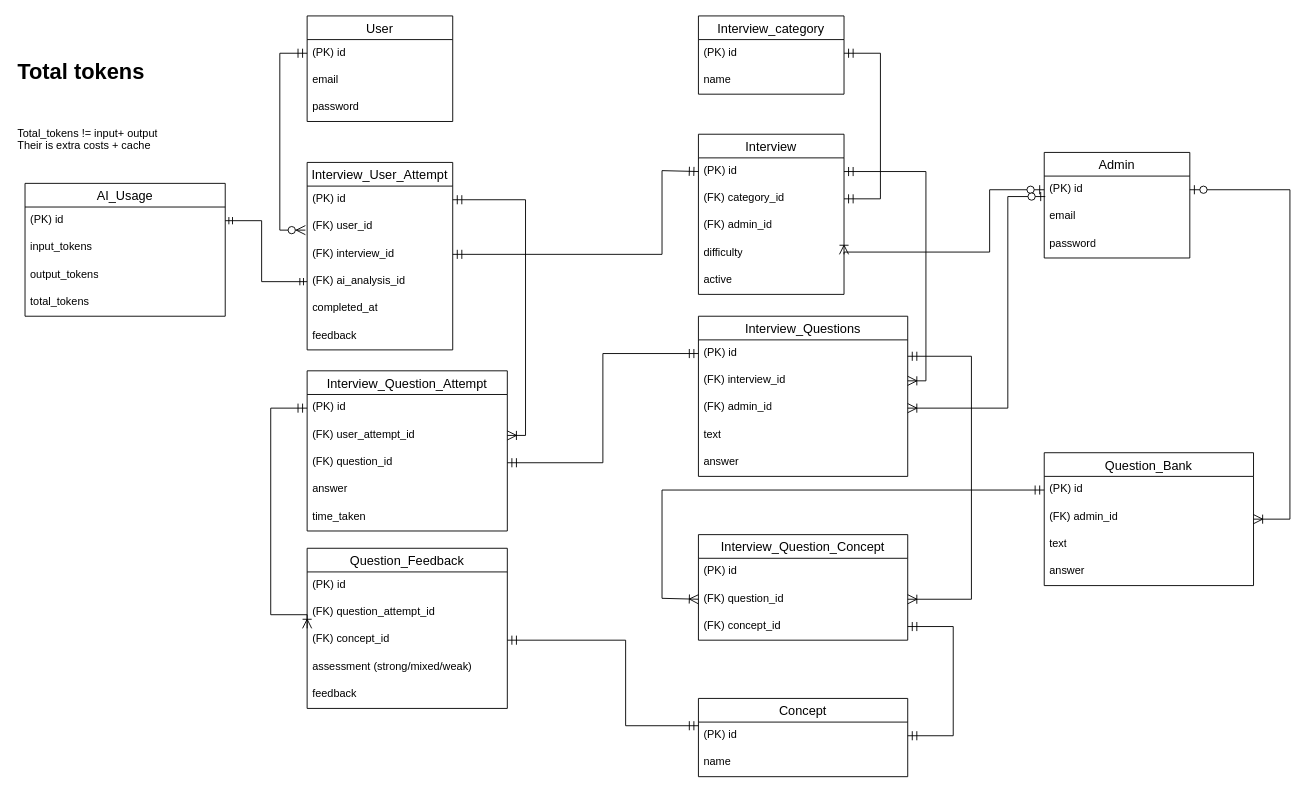
V-DP-DEV/Capstone keeps this draw.io diagram as diagrams/group_erd.drawio. Above is the earlier version. Source tidied: cells renumbered, new cells numbered last; positions are measured from the earlier drawing's top-left corner, leaving out a move shared by most shapes. Both pictures are drawn from the tidied source at 91%, with x=0, y=0 at pixel (15, 15).
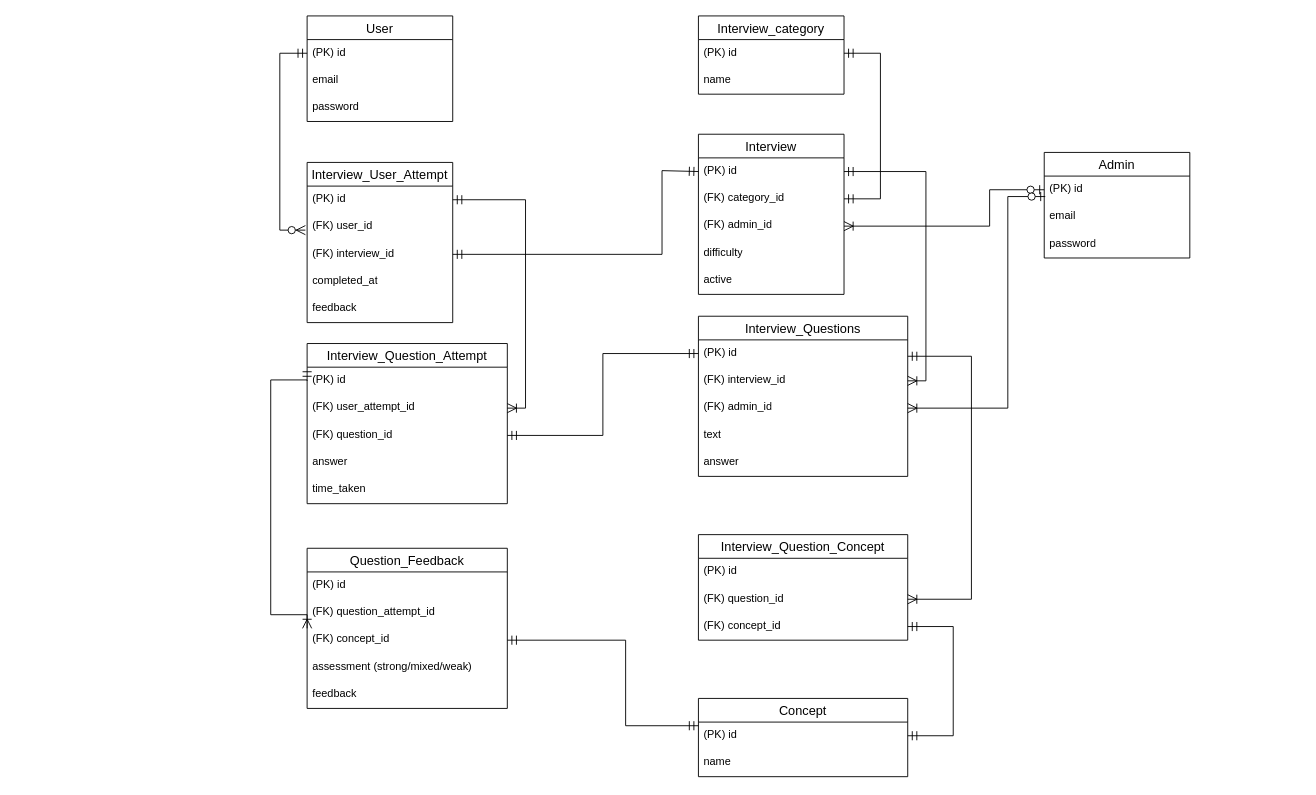
Above is the later version.

Commit message:
Removed ai usage and removed question bank

AI token usage removed, as it can be seen on dashboard. Additionally, its not the sole role of the admin/user 2, ie their responsibility is to manage interviews.

The change refers to these unchanged cells:
```xml
<mxCell id="2" value="Interview" style="swimlane;fontStyle=0;horizontal=1;startSize=26;align=center;fontSize=14;" parent="1" vertex="1">
  <mxGeometry x="750" y="130" width="160" height="176" as="geometry" />
</mxCell>
<mxCell id="5" value="(FK) admin_id" style="text;strokeColor=none;fillColor=none;spacingLeft=4;spacingRight=4;overflow=hidden;points=[[0,0.5],[1,0.5]];portConstraint=eastwest;fontSize=12;whiteSpace=wrap;html=1;" parent="2" vertex="1">
  <mxGeometry y="86" width="160" height="30" as="geometry" />
</mxCell>
<mxCell id="22" value="(FK) question_id" style="text;strokeColor=none;fillColor=none;spacingLeft=4;spacingRight=4;overflow=hidden;points=[[0,0.5],[1,0.5]];portConstraint=eastwest;fontSize=12;whiteSpace=wrap;html=1;" parent="20" vertex="1">
  <mxGeometry y="56" width="230" height="30" as="geometry" />
</mxCell>
<mxCell id="25" value="(PK) id" style="text;strokeColor=none;fillColor=none;spacingLeft=4;spacingRight=4;overflow=hidden;points=[[0,0.5],[1,0.5]];portConstraint=eastwest;fontSize=12;whiteSpace=wrap;html=1;" parent="24" vertex="1">
  <mxGeometry y="26" width="160" height="30" as="geometry" />
</mxCell>
<mxCell id="32" value="(PK) id" style="text;strokeColor=none;fillColor=none;spacingLeft=4;spacingRight=4;overflow=hidden;points=[[0,0.5],[1,0.5]];portConstraint=eastwest;fontSize=12;whiteSpace=wrap;html=1;" parent="31" vertex="1">
  <mxGeometry y="26" width="220" height="30" as="geometry" />
</mxCell>
<mxCell id="33" value="(FK) user_attempt_id" style="text;strokeColor=none;fillColor=none;spacingLeft=4;spacingRight=4;overflow=hidden;points=[[0,0.5],[1,0.5]];portConstraint=eastwest;fontSize=12;whiteSpace=wrap;html=1;" parent="31" vertex="1">
  <mxGeometry y="56" width="220" height="30" as="geometry" />
</mxCell>
<mxCell id="37" value="Question_Feedback" style="swimlane;fontStyle=0;horizontal=1;startSize=26;align=center;fontSize=14;" parent="1" vertex="1">
  <mxGeometry x="320" y="585" width="220" height="176" as="geometry" />
</mxCell>
<mxCell id="48" value="(PK) id" style="text;strokeColor=none;fillColor=none;spacingLeft=4;spacingRight=4;overflow=hidden;points=[[0,0.5],[1,0.5]];portConstraint=eastwest;fontSize=12;whiteSpace=wrap;html=1;" parent="47" vertex="1">
  <mxGeometry y="26" width="160" height="30" as="geometry" />
</mxCell>
```

Change to the diagram source:
```diff
@@
     <mxCell id="24" value="Interview_User_Attempt" style="swimlane;fontStyle=0;horizontal=1;startSize=26;align=center;fontSize=14;" parent="1" vertex="1">
-      <mxGeometry x="320" y="161" width="160" height="206" as="geometry" />
+      <mxGeometry x="320" y="161" width="160" height="176" as="geometry" />
     </mxCell>
@@
-    <mxCell id="28" value="(FK) ai_analysis_id" style="text;strokeColor=none;fillColor=none;spacingLeft=4;spacingRight=4;overflow=hidden;points=[[0,0.5],[1,0.5]];portConstraint=eastwest;fontSize=12;whiteSpace=wrap;html=1;" parent="24" vertex="1">
-      <mxGeometry y="116" width="160" height="30" as="geometry" />
-    </mxCell>
     <mxCell id="29" value="completed_at" style="text;strokeColor=none;fillColor=none;spacingLeft=4;spacingRight=4;overflow=hidden;fontSize=12;whiteSpace=wrap;html=1;" parent="24" vertex="1">
-      <mxGeometry y="146" width="160" height="30" as="geometry" />
+      <mxGeometry y="116" width="160" height="30" as="geometry" />
     </mxCell>
     <mxCell id="30" value="feedback" style="text;strokeColor=none;fillColor=none;spacingLeft=4;spacingRight=4;overflow=hidden;fontSize=12;whiteSpace=wrap;html=1;" parent="24" vertex="1">
-      <mxGeometry y="176" width="160" height="30" as="geometry" />
+      <mxGeometry y="146" width="160" height="30" as="geometry" />
     </mxCell>
     <mxCell id="31" value="Interview_Question_Attempt" style="swimlane;fontStyle=0;horizontal=1;startSize=26;align=center;fontSize=14;" parent="1" vertex="1">
-      <mxGeometry x="320" y="390" width="220" height="176" as="geometry" />
+      <mxGeometry x="320" y="360" width="220" height="176" as="geometry" />
     </mxCell>
@@
     <mxCell id="54" style="edgeStyle=orthogonalEdgeStyle;fontSize=12;html=1;endArrow=ERoneToMany;startArrow=ERmandOne;rounded=0;startSize=8;endSize=8;exitX=1;exitY=0.5;exitDx=0;exitDy=0;entryX=1;entryY=0.5;entryDx=0;entryDy=0;" parent="1" edge="1" source="25" target="33">
       <mxGeometry relative="1" as="geometry">
         <Array as="points">
           <mxPoint x="560" y="202" />
-          <mxPoint x="560" y="461" />
+          <mxPoint x="560" y="431" />
         </Array>
       </mxGeometry>
     </mxCell>
@@
     <mxCell id="57" style="edgeStyle=orthogonalEdgeStyle;fontSize=12;html=1;endArrow=ERoneToMany;startArrow=ERmandOne;rounded=0;startSize=8;endSize=8;exitX=0;exitY=0.5;exitDx=0;exitDy=0;entryX=0;entryY=0.5;entryDx=0;entryDy=0;" parent="1" edge="1" source="32" target="37">
       <mxGeometry relative="1" as="geometry">
         <Array as="points">
-          <mxPoint x="280" y="431" />
+          <mxPoint x="280" y="400" />
           <mxPoint x="280" y="658" />
+          <mxPoint x="320" y="658" />
         </Array>
       </mxGeometry>
     </mxCell>
@@
-    <mxCell id="60" value="Question_Bank" style="swimlane;fontStyle=0;horizontal=1;startSize=26;align=center;fontSize=14;" parent="1" vertex="1">
-      <mxGeometry x="1130" y="480" width="230" height="146" as="geometry" />
-    </mxCell>
-    <mxCell id="61" value="(PK) id" style="text;strokeColor=none;fillColor=none;spacingLeft=4;spacingRight=4;overflow=hidden;points=[[0,0.5],[1,0.5]];portConstraint=eastwest;fontSize=12;whiteSpace=wrap;html=1;" parent="60" vertex="1">
-      <mxGeometry y="26" width="230" height="30" as="geometry" />
-    </mxCell>
-    <mxCell id="62" value="(FK) admin_id" style="text;strokeColor=none;fillColor=none;spacingLeft=4;spacingRight=4;overflow=hidden;fontSize=12;whiteSpace=wrap;html=1;" parent="60" vertex="1">
-      <mxGeometry y="56" width="230" height="30" as="geometry" />
-    </mxCell>
-    <mxCell id="63" value="text" style="text;strokeColor=none;fillColor=none;spacingLeft=4;spacingRight=4;overflow=hidden;fontSize=12;whiteSpace=wrap;html=1;" parent="60" vertex="1">
-      <mxGeometry y="86" width="230" height="30" as="geometry" />
-    </mxCell>
-    <mxCell id="64" value="answer" style="text;strokeColor=none;fillColor=none;spacingLeft=4;spacingRight=4;overflow=hidden;fontSize=12;whiteSpace=wrap;html=1;" parent="60" vertex="1">
-      <mxGeometry y="116" width="230" height="30" as="geometry" />
-    </mxCell>
-    <mxCell id="65" style="edgeStyle=orthogonalEdgeStyle;fontSize=12;html=1;endArrow=ERoneToMany;startArrow=ERmandOne;rounded=0;startSize=8;endSize=8;exitX=0;exitY=0.5;exitDx=0;exitDy=0;entryX=0;entryY=0.5;entryDx=0;entryDy=0;" parent="1" edge="1" source="61" target="22">
-      <mxGeometry relative="1" as="geometry">
-        <Array as="points">
-          <mxPoint x="710" y="521" />
-          <mxPoint x="710" y="640" />
-        </Array>
-      </mxGeometry>
-    </mxCell>
-    <mxCell id="66" style="edgeStyle=orthogonalEdgeStyle;fontSize=12;html=1;endArrow=ERoneToMany;startArrow=ERzeroToOne;rounded=0;startSize=8;endSize=8;exitX=0;exitY=0.5;exitDx=0;exitDy=0;entryX=1;entryY=0.75;entryDx=0;entryDy=0;" parent="1" edge="1" source="48" target="2">
+    <mxCell id="66" style="edgeStyle=orthogonalEdgeStyle;fontSize=12;html=1;endArrow=ERoneToMany;startArrow=ERzeroToOne;rounded=0;startSize=8;endSize=8;exitX=0;exitY=0.5;exitDx=0;exitDy=0;entryX=1;entryY=0.5;entryDx=0;entryDy=0;" parent="1" edge="1" source="48" target="5">
       <mxGeometry relative="1" as="geometry">
         <Array as="points">
           <mxPoint x="1070" y="191" />
-          <mxPoint x="1070" y="259.5" />
+          <mxPoint x="1070" y="231" />
         </Array>
       </mxGeometry>
     </mxCell>
-    <mxCell id="67" style="edgeStyle=orthogonalEdgeStyle;fontSize=12;html=1;endArrow=ERoneToMany;startArrow=ERzeroToOne;rounded=0;startSize=8;endSize=8;exitX=1;exitY=0.5;exitDx=0;exitDy=0;entryX=1;entryY=0.5;entryDx=0;entryDy=0;" parent="1" edge="1" source="48" target="60">
-      <mxGeometry relative="1" as="geometry">
-        <Array as="points">
-          <mxPoint x="1400" y="191" />
-          <mxPoint x="1400" y="553" />
-        </Array>
-      </mxGeometry>
-    </mxCell>
@@
-    <mxCell id="70" value="AI_Usage" style="swimlane;fontStyle=0;horizontal=1;startSize=26;align=center;fontSize=14;" parent="1" vertex="1">
-      <mxGeometry x="10" y="184" width="220" height="146" as="geometry" />
-    </mxCell>
-    <mxCell id="71" value="(PK) id" style="text;strokeColor=none;fillColor=none;spacingLeft=4;spacingRight=4;overflow=hidden;points=[[0,0.5],[1,0.5]];portConstraint=eastwest;fontSize=12;whiteSpace=wrap;html=1;" parent="70" vertex="1">
-      <mxGeometry y="26" width="220" height="30" as="geometry" />
-    </mxCell>
-    <mxCell id="72" value="input_tokens" style="text;strokeColor=none;fillColor=none;spacingLeft=4;spacingRight=4;overflow=hidden;fontSize=12;whiteSpace=wrap;html=1;" parent="70" vertex="1">
-      <mxGeometry y="56" width="220" height="30" as="geometry" />
-    </mxCell>
-    <mxCell id="73" value="output_tokens" style="text;strokeColor=none;fillColor=none;spacingLeft=4;spacingRight=4;overflow=hidden;fontSize=12;whiteSpace=wrap;html=1;" parent="70" vertex="1">
-      <mxGeometry y="86" width="220" height="30" as="geometry" />
-    </mxCell>
-    <mxCell id="74" value="total_tokens" style="text;strokeColor=none;fillColor=none;spacingLeft=4;spacingRight=4;overflow=hidden;fontSize=12;whiteSpace=wrap;html=1;" parent="70" vertex="1">
-      <mxGeometry y="116" width="220" height="30" as="geometry" />
-    </mxCell>
-    <mxCell id="75" value="&lt;h1 style=&quot;margin-top: 0px;&quot;&gt;Total tokens&lt;br&gt;&lt;br&gt;&lt;/h1&gt;&lt;div&gt;Total_tokens != input+ output&lt;br&gt;Their is extra costs + cache&lt;/div&gt;" style="text;html=1;whiteSpace=wrap;overflow=hidden;rounded=0;" parent="1" vertex="1">
-      <mxGeometry y="41" width="180" height="120" as="geometry" />
-    </mxCell>
-    <mxCell id="76" style="edgeStyle=orthogonalEdgeStyle;fontSize=12;html=1;endArrow=ERmandOne;startArrow=ERmandOne;rounded=0;entryX=0;entryY=0.5;entryDx=0;entryDy=0;exitX=1;exitY=0.5;exitDx=0;exitDy=0;" parent="1" edge="1" source="71" target="28">
-      <mxGeometry relative="1" as="geometry">
-        <Array as="points">
-          <mxPoint x="270" y="225" />
-          <mxPoint x="270" y="292" />
-        </Array>
-      </mxGeometry>
-    </mxCell>
```
